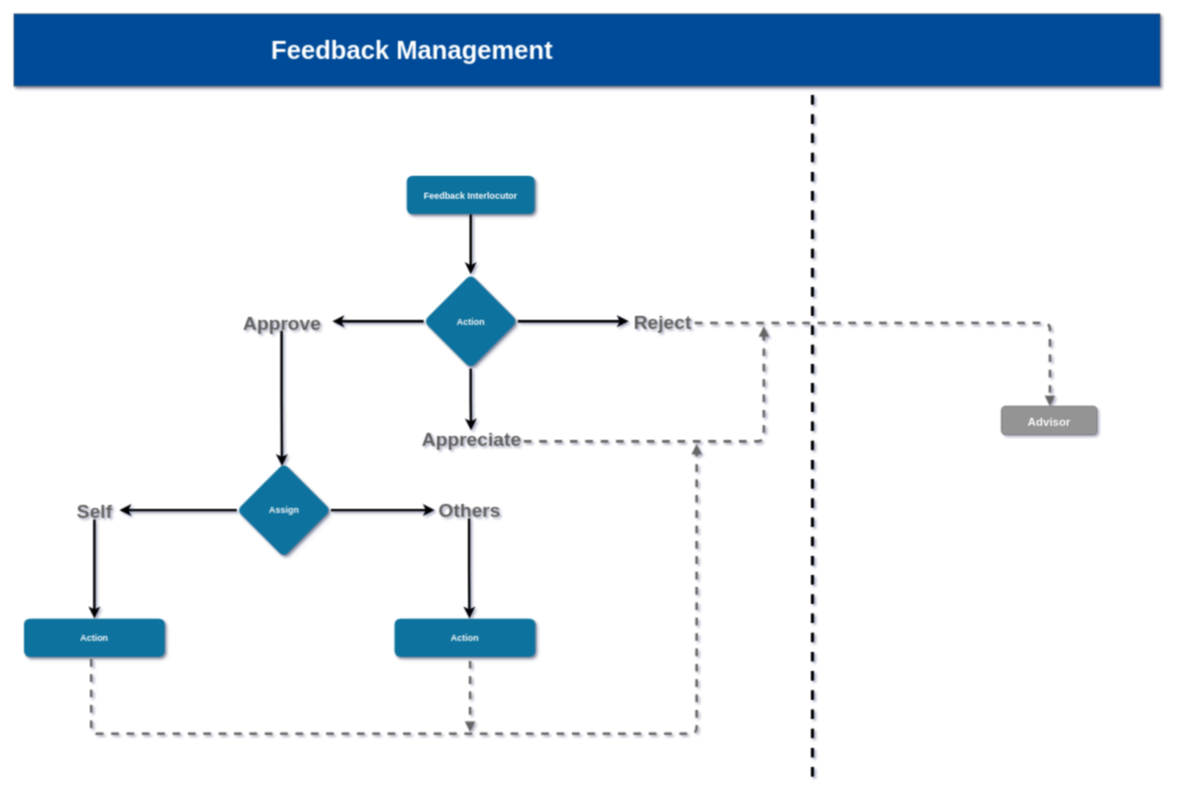
This is page "Copy of Page-2" (3 of 3) of User her.drawio from Rakholia1842/ERDiagram, a draw.io file, before an edit. Source tidied: cells renumbered, new cells numbered last; positions are measured from the earlier drawing's top-left corner, leaving out a move shared by most shapes. Both pictures are drawn from the tidied source at 64%, with x=0, y=0 at pixel (13, 13).
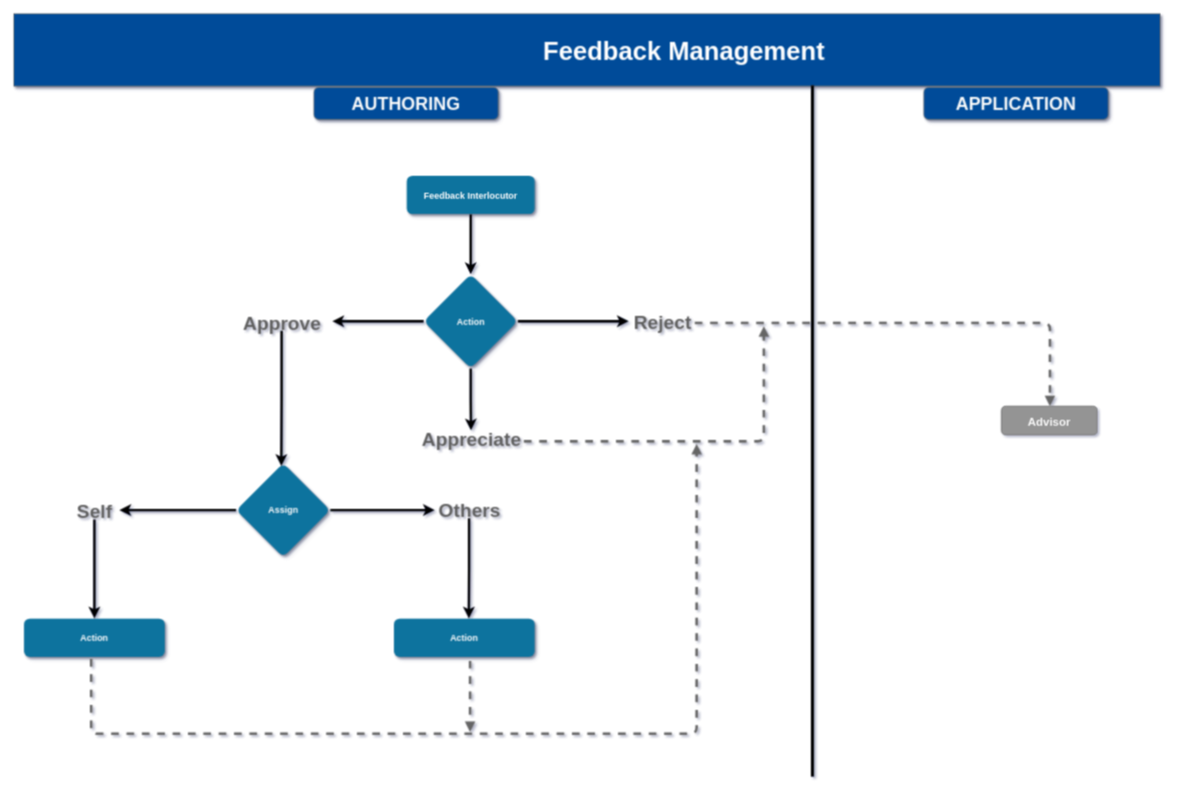
After the change.

What changed in the source:
```diff
@@
-    <mxCell id="6" style="endArrow=none;dashed=1;html=1;strokeColor=#000000;strokeWidth=5;fontSize=18;fontColor=#FCFCFC;" parent="1" edge="1">
+    <mxCell id="6" style="endArrow=none;html=1;strokeColor=#000000;strokeWidth=5;fontSize=18;fontColor=#FCFCFC;" parent="1" edge="1">
       <mxGeometry relative="1" as="geometry">
         <mxPoint x="1248" y="1192" as="sourcePoint" />
         <mxPoint x="1248" y="112" as="targetPoint" />
       </mxGeometry>
     </mxCell>
     <mxCell id="7" value="Feedback Management" style="text;align=center;verticalAlign=middle;fontSize=40;fontColor=#FFFFFF;fontStyle=1;horizontal=1;shadow=0;labelBorderColor=none;labelBackgroundColor=none;spacingTop=0;html=1;" parent="1" vertex="1">
-      <mxGeometry x="397" y="30" width="450" height="52" as="geometry" />
+      <mxGeometry x="822" y="30.5" width="450" height="52" as="geometry" />
     </mxCell>
@@
     <mxCell id="14" value="Assign" style="rhombus;whiteSpace=wrap;html=1;rounded=1;shadow=1;fontSize=14;fontColor=#FFFFFF;fontStyle=1;strokeColor=none;fillColor=#10739E;gradientColor=none;" parent="1" vertex="1">
-      <mxGeometry x="348.5" y="702" width="147" height="147" as="geometry" />
+      <mxGeometry x="347.5" y="702" width="147" height="147" as="geometry" />
     </mxCell>
@@
     <mxCell id="16" value="Action" style="rounded=1;fillColor=#10739E;strokeColor=none;shadow=1;gradientColor=none;fontStyle=1;fontColor=#FFFFFF;fontSize=14;" parent="1" vertex="1">
-      <mxGeometry x="595" y="945" width="220" height="60" as="geometry" />
+      <mxGeometry x="594" y="945" width="220" height="60" as="geometry" />
     </mxCell>
@@
+    <mxCell id="29" value="&lt;font style=&quot;font-size: 28px&quot;&gt;&lt;b&gt;AUTHORING&lt;/b&gt;&lt;/font&gt;" style="rounded=1;whiteSpace=wrap;html=1;shadow=1;strokeColor=#666666;fillColor=#004C99;fontSize=18;fontColor=#FCFCFC;" parent="1" vertex="1">
+      <mxGeometry x="469" y="115" width="288" height="50" as="geometry" />
+    </mxCell>
+    <mxCell id="30" value="&lt;b&gt;&lt;font style=&quot;font-size: 28px&quot;&gt;APPLICATION&lt;/font&gt;&lt;/b&gt;" style="rounded=1;whiteSpace=wrap;html=1;shadow=1;strokeColor=#666666;fillColor=#004C99;fontSize=18;fontColor=#FCFCFC;" parent="1" vertex="1">
+      <mxGeometry x="1422" y="115" width="288" height="50" as="geometry" />
+    </mxCell>
```
